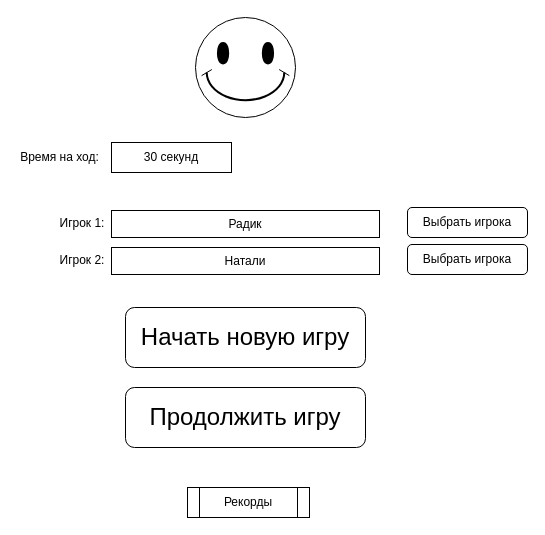
Before: page "First Page" (1 of 4) of TictacToe.drawio in OlegRnd/tic-tac-toe, a draw.io diagram. Source tidied: cells renumbered, new cells numbered last; positions are measured from the earlier drawing's top-left corner, leaving out a move shared by most shapes. Both pictures are drawn from the tidied source at 100%, with x=0, y=0 at pixel (17, 17).
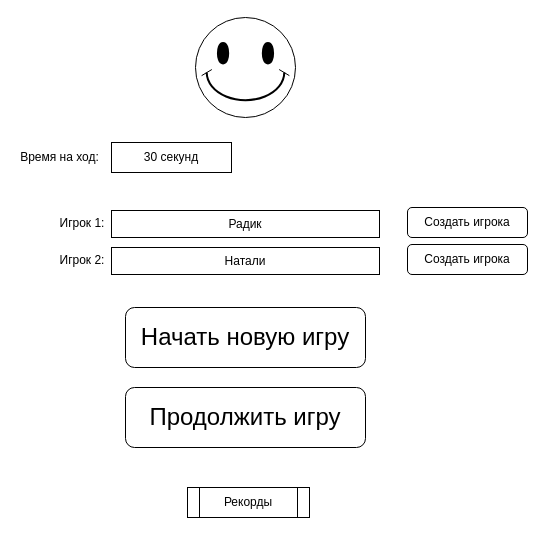
After the change.

The edit, as a diff of the source:
```diff
@@
 <mxGraphModel>
   <root>
     <mxCell id="0" />
     <mxCell id="1" parent="0" />
     <mxCell id="2" value="Радик" style="rounded=0;whiteSpace=wrap;html=1;align=center;" parent="1" vertex="1">
       <mxGeometry x="94" y="193" width="268" height="27" as="geometry" />
     </mxCell>
     <mxCell id="3" value="Игрок 1:" style="text;html=1;strokeColor=none;fillColor=none;align=center;verticalAlign=middle;whiteSpace=wrap;rounded=0;" parent="1" vertex="1">
       <mxGeometry x="30" y="196" width="70" height="20" as="geometry" />
     </mxCell>
     <mxCell id="4" value="Натали" style="rounded=0;whiteSpace=wrap;html=1;align=center;" parent="1" vertex="1">
       <mxGeometry x="94" y="230" width="268" height="27" as="geometry" />
     </mxCell>
     <mxCell id="5" value="Игрок 2:" style="text;html=1;strokeColor=none;fillColor=none;align=center;verticalAlign=middle;whiteSpace=wrap;rounded=0;" parent="1" vertex="1">
       <mxGeometry x="30" y="233" width="70" height="20" as="geometry" />
     </mxCell>
     <mxCell id="6" value="&lt;font style=&quot;font-size: 24px&quot;&gt;Начать новую игру&lt;/font&gt;" style="rounded=1;whiteSpace=wrap;html=1;" parent="1" vertex="1">
       <mxGeometry x="108" y="290" width="240" height="60" as="geometry" />
     </mxCell>
     <mxCell id="7" style="verticalLabelPosition=bottom;verticalAlign=top;html=1;shape=mxgraph.basic.smiley;" parent="1" vertex="1">
       <mxGeometry x="178" width="100" height="100" as="geometry" />
     </mxCell>
     <mxCell id="8" value="30 секунд" style="rounded=0;whiteSpace=wrap;html=1;" parent="1" vertex="1">
       <mxGeometry x="94" y="125" width="120" height="30" as="geometry" />
     </mxCell>
     <mxCell id="9" value="Время на ход:" style="text;html=1;strokeColor=none;fillColor=none;align=center;verticalAlign=middle;whiteSpace=wrap;rounded=0;" parent="1" vertex="1">
       <mxGeometry y="130" width="85" height="20" as="geometry" />
     </mxCell>
     <mxCell id="10" value="Рекорды" style="shape=process;whiteSpace=wrap;html=1;backgroundOutline=1;fillColor=none;" parent="1" vertex="1">
       <mxGeometry x="170" y="470" width="122" height="30" as="geometry" />
     </mxCell>
     <mxCell id="11" value="&lt;font style=&quot;font-size: 24px&quot;&gt;Продолжить игру&lt;/font&gt;" style="rounded=1;whiteSpace=wrap;html=1;" parent="1" vertex="1">
       <mxGeometry x="108" y="370" width="240" height="60" as="geometry" />
     </mxCell>
-    <mxCell id="12" value="Выбрать игрока" style="rounded=1;whiteSpace=wrap;html=1;fillColor=none;" parent="1" vertex="1">
+    <mxCell id="12" value="Создать игрока" style="rounded=1;whiteSpace=wrap;html=1;fillColor=none;" parent="1" vertex="1">
       <mxGeometry x="390" y="190" width="120" height="30" as="geometry" />
     </mxCell>
-    <mxCell id="13" value="Выбрать игрока" style="rounded=1;whiteSpace=wrap;html=1;fillColor=none;" parent="1" vertex="1">
+    <mxCell id="13" value="Создать игрока" style="rounded=1;whiteSpace=wrap;html=1;fillColor=none;" parent="1" vertex="1">
       <mxGeometry x="390" y="227" width="120" height="30" as="geometry" />
     </mxCell>
   </root>
 </mxGraphModel>
```
